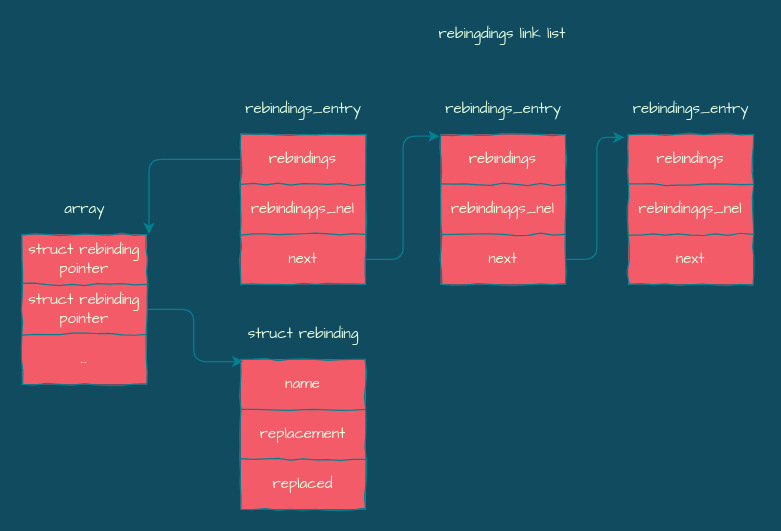
Above: fishhook/rebind_entry.drawio in silan-liu/drawio (draw.io), before the change. Source tidied: cells renumbered, new cells numbered last; positions are measured from the earlier drawing's top-left corner, leaving out a move shared by most shapes. Both pictures are drawn from the tidied source at 125%, with x=0, y=0 at pixel (21, 21).
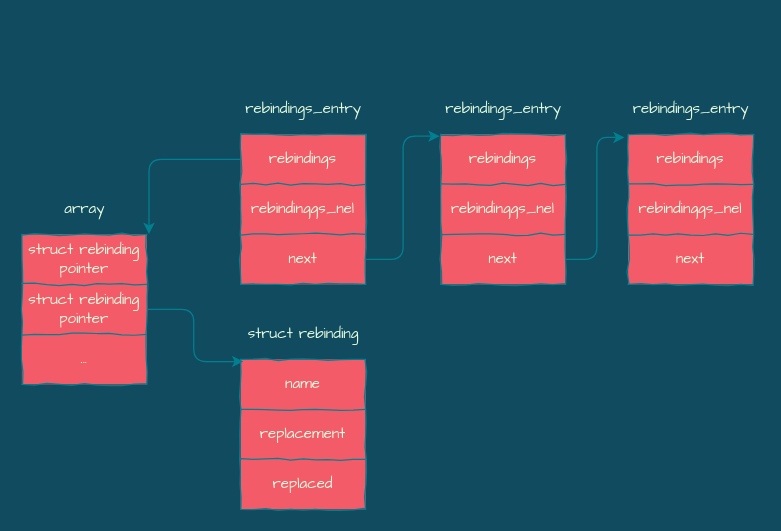
The same page after the edit.

Change to the diagram source:
```diff
@@
-    <mxCell id="28" value="rebingdings link list" style="text;html=1;align=center;verticalAlign=middle;fontFamily=Architects Daughter;fontColor=#E4FDE1;" parent="1" vertex="1">
-      <mxGeometry x="324" width="120" height="20" as="geometry" />
-    </mxCell>
```
